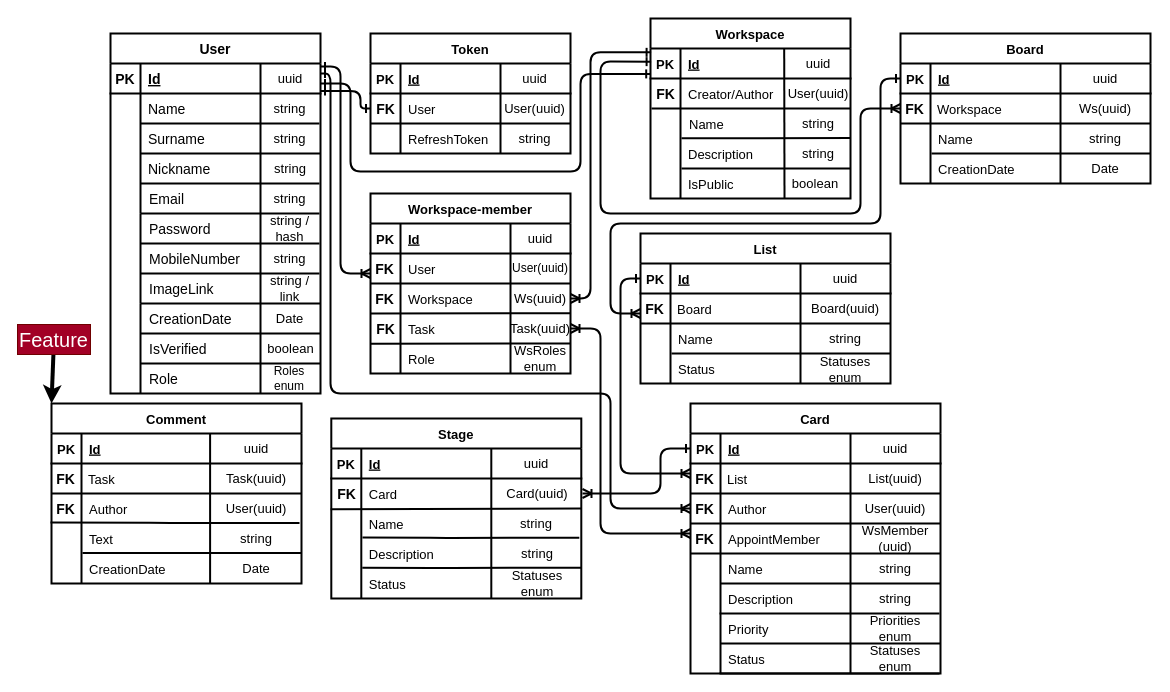
Above: page "DB" (3 of 3) of project.drawio in Neodast/Tasky (draw.io), before the change. Source tidied: cells renumbered, new cells numbered last; positions are measured from the earlier drawing's top-left corner, leaving out a move shared by most shapes. Both pictures are drawn from the tidied source at 100%, with x=0, y=0 at pixel (17, 18).
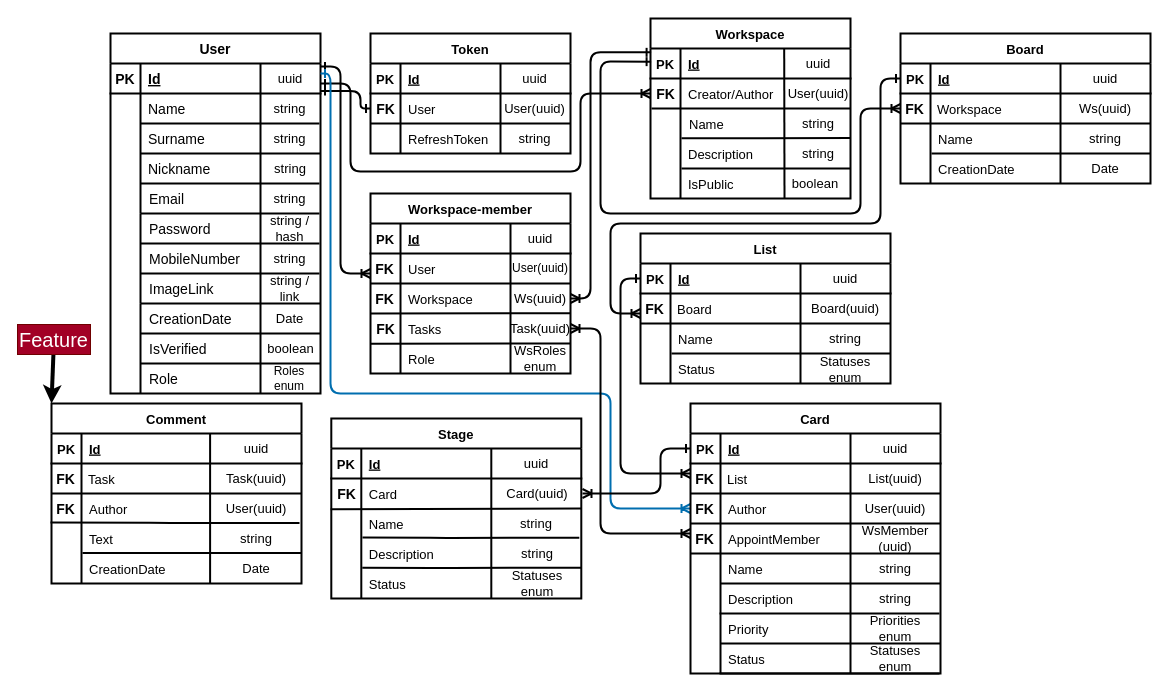
The same diagram, later.

Unchanged cells that the change refers to:
```xml
<mxCell id="22" value="uuid" style="text;html=1;strokeColor=none;fillColor=none;align=center;verticalAlign=middle;whiteSpace=wrap;rounded=0;fontSize=13;strokeWidth=2;" parent="1" vertex="1">
  <mxGeometry x="243" y="45" width="60" height="30" as="geometry" />
</mxCell>
<mxCell id="66" style="shape=tableRow;horizontal=0;startSize=0;swimlaneHead=0;swimlaneBody=0;fillColor=none;top=0;left=0;right=0;bottom=0;strokeWidth=2;fontSize=13;" parent="56" vertex="1">
  <mxGeometry y="120" width="200" height="30" as="geometry" />
</mxCell>
<mxCell id="85" style="shape=tableRow;horizontal=0;startSize=0;swimlaneHead=0;swimlaneBody=0;fillColor=none;points=[[0,0.5],[1,0.5]];portConstraint=eastwest;top=0;left=0;right=0;bottom=1;strokeWidth=2;fontSize=13;" parent="84" vertex="1">
  <mxGeometry y="30" width="200" height="30" as="geometry" />
</mxCell>
<mxCell id="88" style="shape=tableRow;horizontal=0;startSize=0;swimlaneHead=0;swimlaneBody=0;fillColor=none;points=[[0,0.5],[1,0.5]];portConstraint=eastwest;top=0;left=0;right=0;bottom=0;strokeWidth=2;fontSize=13;" parent="84" vertex="1">
  <mxGeometry y="60" width="200" height="30" as="geometry" />
</mxCell>
```

Change to the diagram source:
```diff
@@
-    <mxCell id="24" style="edgeStyle=orthogonalEdgeStyle;html=1;strokeWidth=2;fontSize=12;endArrow=ERone;endFill=0;startArrow=ERone;startFill=0;entryX=0.001;entryY=0.847;entryDx=0;entryDy=0;exitX=1;exitY=0.667;exitDx=0;exitDy=0;exitPerimeter=0;entryPerimeter=0;" parent="1" edge="1" source="22" target="85">
+    <mxCell id="24" style="edgeStyle=orthogonalEdgeStyle;html=1;strokeWidth=2;fontSize=12;endArrow=ERoneToMany;endFill=0;startArrow=ERone;startFill=0;entryX=0;entryY=0.5;entryDx=0;entryDy=0;exitX=1;exitY=0.667;exitDx=0;exitDy=0;exitPerimeter=0;" parent="1" edge="1" source="22" target="88">
       <mxGeometry relative="1" as="geometry">
         <Array as="points">
           <mxPoint x="333" y="65" />
           <mxPoint x="333" y="153" />
           <mxPoint x="563" y="153" />
-          <mxPoint x="563" y="55" />
-          <mxPoint x="633" y="55" />
+          <mxPoint x="563" y="75" />
         </Array>
       </mxGeometry>
     </mxCell>
@@
-    <mxCell id="68" value="Task" style="shape=partialRectangle;fillColor=none;top=0;left=0;bottom=0;right=0;align=left;spacingLeft=6;overflow=hidden;strokeWidth=2;fontSize=13;" parent="66" vertex="1">
+    <mxCell id="68" value="Tasks" style="shape=partialRectangle;fillColor=none;top=0;left=0;bottom=0;right=0;align=left;spacingLeft=6;overflow=hidden;strokeWidth=2;fontSize=13;" parent="66" vertex="1">
       <mxGeometry x="30" width="170" height="30" as="geometry" />
     </mxCell>
@@
-    <mxCell id="164" style="edgeStyle=orthogonalEdgeStyle;html=1;strokeWidth=2;fontSize=13;startArrow=ERoneToMany;startFill=0;endArrow=ERone;endFill=0;exitX=0;exitY=0.5;exitDx=0;exitDy=0;" parent="1" edge="1">
+    <mxCell id="164" style="edgeStyle=orthogonalEdgeStyle;html=1;strokeWidth=2;fontSize=13;startArrow=ERoneToMany;startFill=0;endArrow=ERone;endFill=0;exitX=0;exitY=0.5;exitDx=0;exitDy=0;fillColor=#1ba1e2;strokeColor=#006EAF;" parent="1" edge="1">
       <mxGeometry relative="1" as="geometry">
         <mxPoint x="673" y="490" as="sourcePoint" />
         <mxPoint x="303" y="55" as="targetPoint" />
         <Array as="points">
           <mxPoint x="593" y="490" />
           <mxPoint x="593" y="375" />
           <mxPoint x="313" y="375" />
           <mxPoint x="313" y="55" />
         </Array>
       </mxGeometry>
     </mxCell>
```
